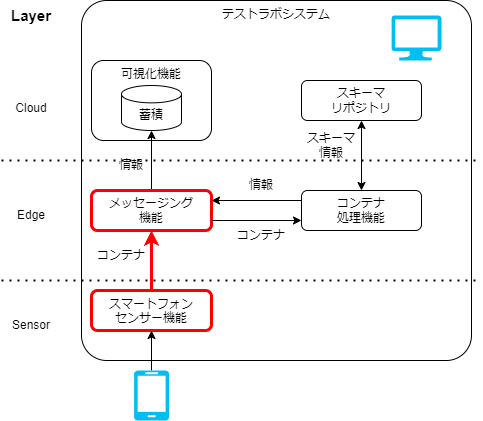
The draw.io diagram docs/testlab_system/environment/overview_target1.drawio.png in data-container-for-wearable-sensor/StartGuide, before a commit. Source tidied: cells renumbered, new cells last; positions are measured from the earlier drawing's top-left corner, leaving out a move shared by most shapes.
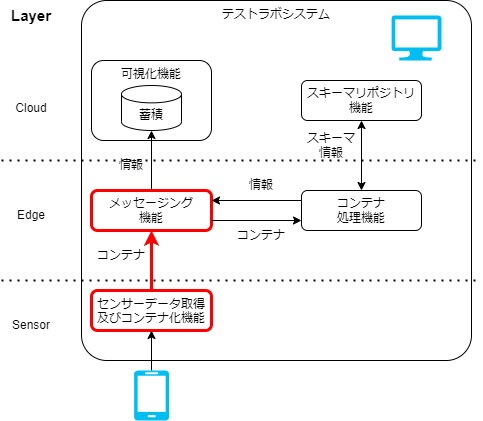
Later version of the same file.

The edit, as a diff of the source:
```diff
@@ -8,7 +8,7 @@
     <mxCell id="3" style="edgeStyle=none;html=1;strokeColor=#FF0000;strokeWidth=3;" parent="1" edge="1" source="4" target="6">
       <mxGeometry relative="1" as="geometry" />
     </mxCell>
-    <mxCell id="4" value="&lt;span style=&quot;border-color: var(--border-color);&quot;&gt;スマートフォン&lt;/span&gt;&lt;br style=&quot;border-color: var(--border-color);&quot;&gt;&lt;span style=&quot;border-color: var(--border-color);&quot;&gt;センサー機能&lt;/span&gt;" style="rounded=1;whiteSpace=wrap;html=1;fillColor=none;verticalAlign=top;strokeColor=#FF0000;strokeWidth=3;" parent="1" vertex="1">
+    <mxCell id="4" value="センサーデータ取得及びコンテナ化機能" style="rounded=1;whiteSpace=wrap;html=1;fillColor=none;verticalAlign=top;strokeColor=#FF0000;strokeWidth=3;" parent="1" vertex="1">
       <mxGeometry x="90" y="290" width="120" height="40" as="geometry" />
     </mxCell>
     <mxCell id="5" style="edgeStyle=none;html=1;" parent="1" edge="1" source="6" target="13">
@@ -32,7 +32,7 @@
     <mxCell id="11" style="endArrow=classic;html=1;exitX=0;exitY=0.25;exitDx=0;exitDy=0;entryX=1;entryY=0.25;entryDx=0;entryDy=0;" parent="1" edge="1" source="7" target="6">
       <mxGeometry relative="1" as="geometry" />
     </mxCell>
-    <mxCell id="12" value="スキーマ&lt;br&gt;リポジトリ" style="rounded=1;whiteSpace=wrap;html=1;fillColor=none;" parent="1" vertex="1">
+    <mxCell id="12" value="スキーマリポジトリ&lt;br style=&quot;border-color: var(--border-color);&quot;&gt;機能" style="rounded=1;whiteSpace=wrap;html=1;fillColor=none;" parent="1" vertex="1">
       <mxGeometry x="300" y="80" width="120" height="40" as="geometry" />
     </mxCell>
     <mxCell id="13" value="蓄積" style="shape=cylinder3;whiteSpace=wrap;html=1;boundedLbl=1;backgroundOutline=1;size=8.676963806152344;" parent="1" vertex="1">
```
